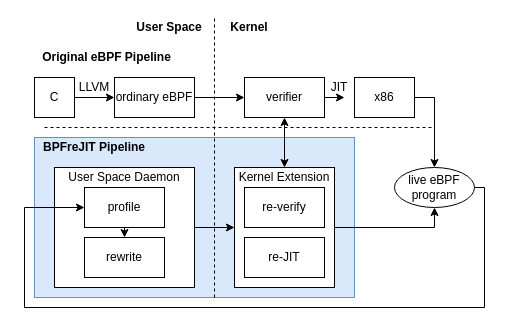
This is figures/page-7.drawio from yunwei37/bpfrejit-paper, a draw.io file, before an edit. Source tidied: cells renumbered, new cells numbered last; positions are measured from the earlier drawing's top-left corner, leaving out a move shared by most shapes. Both pictures are drawn from the tidied source at 100%, with x=0, y=0 at pixel (24, 17).
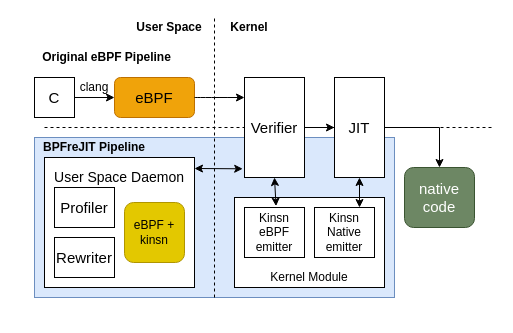
The same diagram, later.

Commit message (it also covers changes not shown here):
Update page-7 figure: add color, Kernel Module, Kinsn emitters

Diff of the diagram source:
```diff
@@
     <mxCell id="2" style="rounded=0;whiteSpace=wrap;html=1;fillColor=#dae8fc;strokeColor=#6c8ebf;" parent="1" vertex="1">
-      <mxGeometry x="10" y="120" width="320" height="160" as="geometry" />
+      <mxGeometry x="10" y="120" width="360" height="160" as="geometry" />
     </mxCell>
-    <mxCell id="3" style="rounded=0;whiteSpace=wrap;html=1;" parent="1" vertex="1">
-      <mxGeometry x="210" y="150" width="100" height="120" as="geometry" />
-    </mxCell>
-    <mxCell id="4" style="edgeStyle=orthogonalEdgeStyle;rounded=0;jettySize=auto;html=1;exitX=1;exitY=0.5;exitDx=0;exitDy=0;entryX=0;entryY=0.5;entryDx=0;entryDy=0;" parent="1" edge="1" source="5" target="3">
-      <mxGeometry relative="1" as="geometry" />
-    </mxCell>
     <mxCell id="5" style="rounded=0;whiteSpace=wrap;html=1;" parent="1" vertex="1">
-      <mxGeometry x="30" y="150" width="140" height="120" as="geometry" />
+      <mxGeometry x="20" y="140" width="150" height="130" as="geometry" />
     </mxCell>
-    <mxCell id="6" value="User Space Daemon" style="text;html=1;align=center;verticalAlign=middle;whiteSpace=wrap;rounded=0;" parent="1" vertex="1">
-      <mxGeometry x="40" y="150" width="120" height="20" as="geometry" />
+    <mxCell id="6" value="&lt;font style=&quot;font-size: 14px;&quot;&gt;User Space Daemon&lt;/font&gt;" style="text;html=1;align=center;verticalAlign=middle;whiteSpace=wrap;rounded=0;" parent="1" vertex="1">
+      <mxGeometry x="25" y="150" width="140" height="20" as="geometry" />
     </mxCell>
@@
     <mxCell id="10" style="endArrow=none;dashed=1;html=1;rounded=0;" parent="1" edge="1">
       <mxGeometry relative="1" as="geometry">
         <mxPoint x="20" y="110" as="sourcePoint" />
-        <mxPoint x="410" y="110" as="targetPoint" />
+        <mxPoint x="470" y="110" as="targetPoint" />
       </mxGeometry>
     </mxCell>
@@
-    <mxCell id="13" value="C" style="rounded=0;whiteSpace=wrap;html=1;" parent="1" vertex="1">
+    <mxCell id="13" value="&lt;font style=&quot;font-size: 15px;&quot;&gt;C&lt;/font&gt;" style="rounded=0;whiteSpace=wrap;html=1;" parent="1" vertex="1">
       <mxGeometry x="10" y="60" width="40" height="40" as="geometry" />
     </mxCell>
-    <mxCell id="14" style="edgeStyle=orthogonalEdgeStyle;rounded=0;jettySize=auto;html=1;exitX=1;exitY=0.5;exitDx=0;exitDy=0;entryX=0;entryY=0.5;entryDx=0;entryDy=0;" parent="1" edge="1" source="15" target="23">
-      <mxGeometry relative="1" as="geometry" />
-    </mxCell>
-    <mxCell id="15" value="ordinary eBPF" style="rounded=0;whiteSpace=wrap;html=1;" parent="1" vertex="1">
+    <mxCell id="15" value="&lt;font style=&quot;font-size: 15px;&quot;&gt;eBPF&lt;/font&gt;" style="rounded=1;whiteSpace=wrap;html=1;fillColor=#f0a30a;fontColor=#000000;strokeColor=#BD7000;" parent="1" vertex="1">
       <mxGeometry x="90" y="60" width="80" height="40" as="geometry" />
     </mxCell>
-    <mxCell id="16" value="LLVM" style="text;html=1;align=center;verticalAlign=middle;whiteSpace=wrap;rounded=0;" parent="1" vertex="1">
+    <mxCell id="16" value="clang" style="text;html=1;align=center;verticalAlign=middle;whiteSpace=wrap;rounded=0;" parent="1" vertex="1">
       <mxGeometry x="45" y="60" width="50" height="20" as="geometry" />
     </mxCell>
-    <mxCell id="17" style="edgeStyle=orthogonalEdgeStyle;rounded=0;jettySize=auto;html=1;exitX=1;exitY=0.5;exitDx=0;exitDy=0;entryX=0.5;entryY=0;entryDx=0;entryDy=0;" parent="1" edge="1" source="18" target="20">
-      <mxGeometry relative="1" as="geometry" />
-    </mxCell>
-    <mxCell id="18" value="x86" style="rounded=0;whiteSpace=wrap;html=1;" parent="1" vertex="1">
-      <mxGeometry x="330" y="60" width="60" height="40" as="geometry" />
-    </mxCell>
-    <mxCell id="19" style="edgeStyle=orthogonalEdgeStyle;rounded=0;jettySize=auto;html=1;exitX=1;exitY=0.5;exitDx=0;exitDy=0;entryX=0;entryY=0.5;entryDx=0;entryDy=0;" parent="1" edge="1" source="20">
-      <mxGeometry relative="1" as="geometry">
-        <mxPoint x="60" y="190" as="targetPoint" />
-        <Array as="points">
-          <mxPoint x="460" y="170" />
-          <mxPoint x="460" y="290" />
-          <mxPoint y="290" />
-          <mxPoint y="190" />
-        </Array>
-      </mxGeometry>
-    </mxCell>
-    <mxCell id="20" value="live eBPF program" style="ellipse;whiteSpace=wrap;html=1;" parent="1" vertex="1">
-      <mxGeometry x="370" y="150" width="80" height="40" as="geometry" />
+    <mxCell id="20" value="&lt;font style=&quot;font-size: 15px;&quot;&gt;native code&lt;/font&gt;" style="rounded=1;whiteSpace=wrap;html=1;fillColor=#6d8764;fontColor=#ffffff;strokeColor=#3A5431;" parent="1" vertex="1">
+      <mxGeometry x="380" y="150" width="70" height="60" as="geometry" />
     </mxCell>
-    <mxCell id="21" style="edgeStyle=orthogonalEdgeStyle;rounded=0;jettySize=auto;html=1;exitX=1;exitY=0.5;exitDx=0;exitDy=0;entryX=0;entryY=0.5;entryDx=0;entryDy=0;" parent="1" edge="1" source="23">
-      <mxGeometry relative="1" as="geometry">
-        <mxPoint x="320" y="80" as="targetPoint" />
-      </mxGeometry>
+    <mxCell id="21" style="edgeStyle=orthogonalEdgeStyle;rounded=0;jettySize=auto;html=1;exitX=1;exitY=0.5;exitDx=0;exitDy=0;entryX=0;entryY=0.5;entryDx=0;entryDy=0;" parent="1" edge="1" source="23" target="32">
+      <mxGeometry relative="1" as="geometry" />
     </mxCell>
-    <mxCell id="22" style="edgeStyle=orthogonalEdgeStyle;rounded=0;jettySize=auto;html=1;exitX=0.5;exitY=1;exitDx=0;exitDy=0;entryX=0.5;entryY=0;entryDx=0;entryDy=0;startArrow=classic;startFill=1;" parent="1" edge="1" source="23" target="29">
-      <mxGeometry relative="1" as="geometry" />
-    </mxCell>
-    <mxCell id="23" value="verifier" style="rounded=0;whiteSpace=wrap;html=1;" parent="1" vertex="1">
-      <mxGeometry x="220" y="60" width="80" height="40" as="geometry" />
+    <mxCell id="23" value="&lt;font style=&quot;font-size: 15px;&quot;&gt;Verifier&lt;/font&gt;" style="rounded=0;whiteSpace=wrap;html=1;" parent="1" vertex="1">
+      <mxGeometry x="220" y="60" width="60" height="100" as="geometry" />
     </mxCell>
@@
-    <mxCell id="25" style="edgeStyle=orthogonalEdgeStyle;rounded=0;jettySize=auto;html=1;exitX=0.5;exitY=1;exitDx=0;exitDy=0;entryX=0.5;entryY=0;entryDx=0;entryDy=0;" parent="1" edge="1" source="26" target="27">
-      <mxGeometry relative="1" as="geometry" />
-    </mxCell>
-    <mxCell id="26" value="profile" style="rounded=0;whiteSpace=wrap;html=1;" parent="1" vertex="1">
-      <mxGeometry x="60" y="170" width="80" height="40" as="geometry" />
+    <mxCell id="26" value="&lt;font style=&quot;font-size: 15px;&quot;&gt;Profiler&lt;/font&gt;" style="rounded=0;whiteSpace=wrap;html=1;" parent="1" vertex="1">
+      <mxGeometry x="30" y="170" width="60" height="40" as="geometry" />
     </mxCell>
-    <mxCell id="27" value="rewrite" style="rounded=0;whiteSpace=wrap;html=1;" parent="1" vertex="1">
-      <mxGeometry x="60" y="220" width="80" height="40" as="geometry" />
+    <mxCell id="27" value="&lt;font style=&quot;font-size: 15px;&quot;&gt;Rewriter&lt;/font&gt;" style="rounded=0;whiteSpace=wrap;html=1;" parent="1" vertex="1">
+      <mxGeometry x="30" y="220" width="60" height="40" as="geometry" />
     </mxCell>
-    <mxCell id="28" style="edgeStyle=orthogonalEdgeStyle;rounded=0;jettySize=auto;html=1;exitX=1;exitY=0.5;exitDx=0;exitDy=0;entryX=0.5;entryY=1;entryDx=0;entryDy=0;" parent="1" edge="1" source="3" target="20">
-      <mxGeometry relative="1" as="geometry">
-        <Array as="points">
-          <mxPoint x="410" y="210" />
-        </Array>
-      </mxGeometry>
-    </mxCell>
-    <mxCell id="29" value="Kernel Extension" style="text;html=1;align=center;verticalAlign=middle;whiteSpace=wrap;rounded=0;" parent="1" vertex="1">
-      <mxGeometry x="200" y="150" width="120" height="20" as="geometry" />
-    </mxCell>
-    <mxCell id="30" value="re-verify" style="rounded=0;whiteSpace=wrap;html=1;" parent="1" vertex="1">
-      <mxGeometry x="220" y="170" width="80" height="40" as="geometry" />
-    </mxCell>
-    <mxCell id="31" value="re-JIT" style="rounded=0;whiteSpace=wrap;html=1;" parent="1" vertex="1">
-      <mxGeometry x="220" y="220" width="80" height="40" as="geometry" />
-    </mxCell>
-    <mxCell id="32" value="JIT" style="text;html=1;align=center;verticalAlign=middle;whiteSpace=wrap;rounded=0;" parent="1" vertex="1">
-      <mxGeometry x="290" y="60" width="50" height="20" as="geometry" />
+    <mxCell id="32" value="&lt;font style=&quot;font-size: 15px;&quot;&gt;JIT&lt;/font&gt;" style="rounded=0;whiteSpace=wrap;html=1;" parent="1" vertex="1">
+      <mxGeometry x="310" y="60" width="50" height="100" as="geometry" />
     </mxCell>
+    <mxCell id="33" style="edgeStyle=orthogonalEdgeStyle;rounded=0;jettySize=auto;html=1;exitX=1;exitY=0.5;exitDx=0;exitDy=0;entryX=0.5;entryY=0;entryDx=0;entryDy=0;" parent="1" edge="1" source="32" target="20">
+      <mxGeometry relative="1" as="geometry">
+        <Array as="points">
+          <mxPoint x="415" y="110" />
+        </Array>
+      </mxGeometry>
+    </mxCell>
+    <mxCell id="34" style="edgeStyle=orthogonalEdgeStyle;rounded=0;jettySize=auto;html=1;exitX=1;exitY=0.5;exitDx=0;exitDy=0;curved=1;" parent="1" edge="1" source="15">
+      <mxGeometry relative="1" as="geometry">
+        <mxPoint x="220" y="80" as="targetPoint" />
+        <Array as="points">
+          <mxPoint x="221" y="80" />
+        </Array>
+      </mxGeometry>
+    </mxCell>
+    <mxCell id="35" style="rounded=0;whiteSpace=wrap;html=1;align=left;" parent="1" vertex="1">
+      <mxGeometry x="210" y="180" width="150" height="90" as="geometry" />
+    </mxCell>
+    <mxCell id="36" value="Kernel Module" style="text;html=1;align=center;verticalAlign=middle;whiteSpace=wrap;rounded=0;" parent="1" vertex="1">
+      <mxGeometry x="225" y="250" width="120" height="20" as="geometry" />
+    </mxCell>
+    <mxCell id="37" value="Kinsn&lt;div&gt;eBPF emitter&lt;/div&gt;" style="rounded=0;whiteSpace=wrap;html=1;" parent="1" vertex="1">
+      <mxGeometry x="220" y="190" width="60" height="50" as="geometry" />
+    </mxCell>
+    <mxCell id="38" value="Kinsn&lt;div&gt;Native emitter&lt;/div&gt;" style="rounded=0;whiteSpace=wrap;html=1;" parent="1" vertex="1">
+      <mxGeometry x="290" y="190" width="60" height="50" as="geometry" />
+    </mxCell>
+    <mxCell id="39" style="endArrow=classic;startArrow=classic;html=1;rounded=0;exitX=0.277;exitY=0.096;exitDx=0;exitDy=0;exitPerimeter=0;entryX=0.5;entryY=1;entryDx=0;entryDy=0;" parent="1" edge="1" source="35" target="23">
+      <mxGeometry relative="1" as="geometry" />
+    </mxCell>
+    <mxCell id="40" style="endArrow=classic;startArrow=classic;html=1;rounded=0;exitX=0.75;exitY=0;exitDx=0;exitDy=0;entryX=0.5;entryY=1;entryDx=0;entryDy=0;" parent="1" edge="1" source="38" target="32">
+      <mxGeometry relative="1" as="geometry" />
+    </mxCell>
+    <mxCell id="41" value="eBPF + kinsn" style="rounded=1;whiteSpace=wrap;html=1;fillColor=#e3c800;fontColor=#000000;strokeColor=#B09500;" parent="1" vertex="1">
+      <mxGeometry x="100" y="185" width="60" height="60" as="geometry" />
+    </mxCell>
+    <mxCell id="42" style="endArrow=classic;startArrow=classic;html=1;rounded=0;entryX=-0.03;entryY=0.913;entryDx=0;entryDy=0;entryPerimeter=0;" parent="1" edge="1" target="23">
+      <mxGeometry relative="1" as="geometry">
+        <mxPoint x="170" y="151" as="sourcePoint" />
+      </mxGeometry>
+    </mxCell>
```
